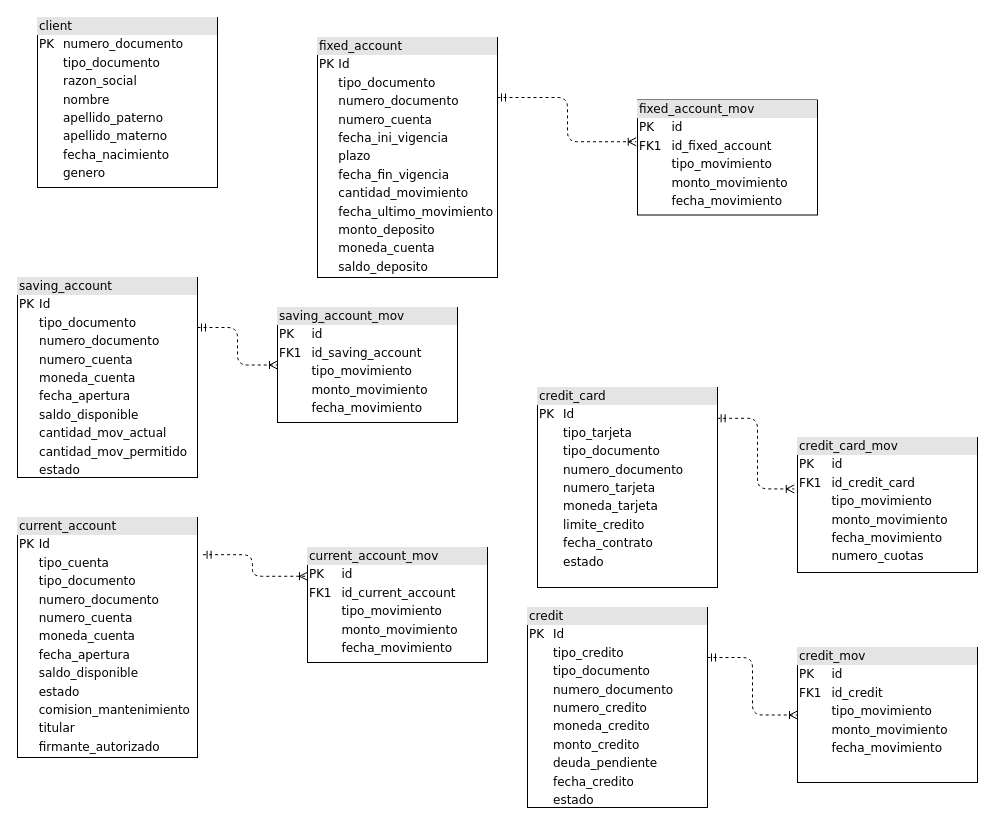
This is analisis/estructura de db.drawio from jedaniel/bootcamp_microservicio, a draw.io file, before an edit. Source tidied: cells renumbered, new cells numbered last; positions are measured from the earlier drawing's top-left corner, leaving out a move shared by most shapes. Both pictures are drawn from the tidied source at 100%, with x=0, y=0 at pixel (17, 17).
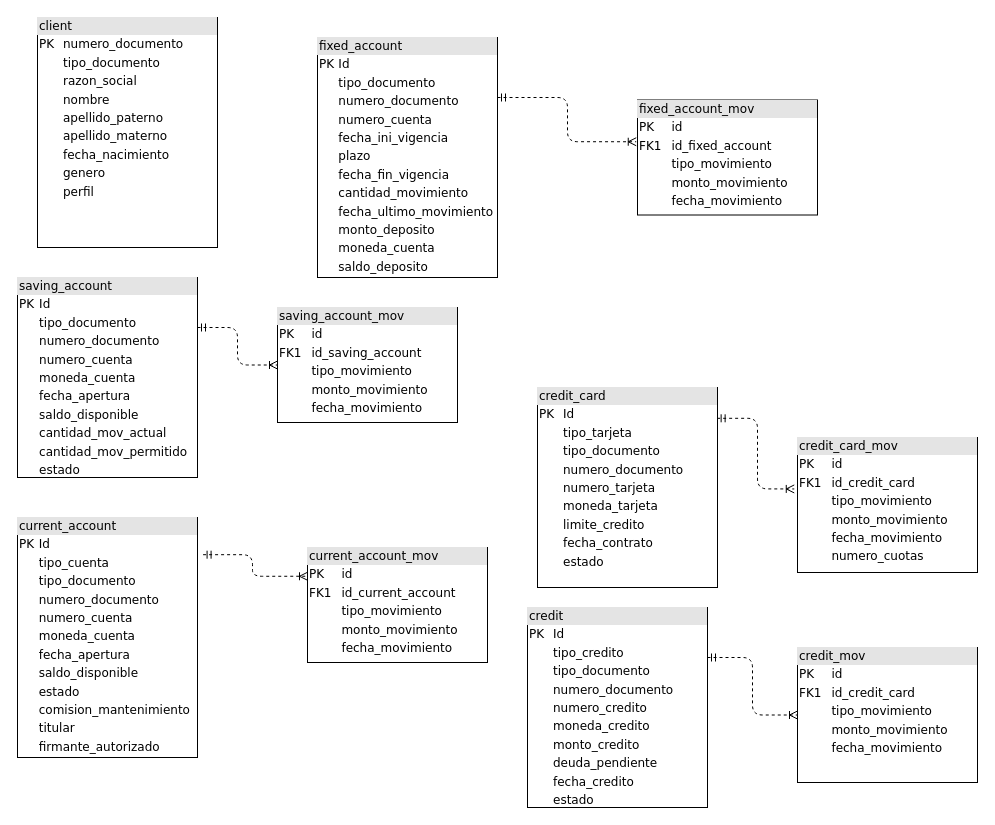
After the change.

What changed in the source:
```diff
@@
 <mxGraphModel>
   <root>
     <mxCell id="0" />
     <mxCell id="1" parent="0" />
-    <mxCell id="2" value="&lt;div style=&quot;box-sizing:border-box;width:100%;background:#e4e4e4;padding:2px;&quot;&gt;client&lt;/div&gt;&lt;table style=&quot;width:100%;font-size:1em;&quot; cellpadding=&quot;2&quot; cellspacing=&quot;0&quot;&gt;&lt;tbody&gt;&lt;tr&gt;&lt;td&gt;PK&lt;/td&gt;&lt;td&gt;numero_documento&lt;/td&gt;&lt;/tr&gt;&lt;tr&gt;&lt;td&gt;&lt;br&gt;&lt;/td&gt;&lt;td&gt;tipo_documento&lt;br&gt;&lt;/td&gt;&lt;/tr&gt;&lt;tr&gt;&lt;td&gt;&lt;br&gt;&lt;/td&gt;&lt;td&gt;razon_social&lt;/td&gt;&lt;/tr&gt;&lt;tr&gt;&lt;td&gt;&lt;/td&gt;&lt;td&gt;nombre&lt;/td&gt;&lt;/tr&gt;&lt;tr&gt;&lt;td&gt;&lt;br&gt;&lt;/td&gt;&lt;td&gt;apellido_paterno&lt;/td&gt;&lt;/tr&gt;&lt;tr&gt;&lt;td&gt;&lt;br&gt;&lt;/td&gt;&lt;td&gt;apellido_materno&lt;/td&gt;&lt;/tr&gt;&lt;tr&gt;&lt;td&gt;&lt;br&gt;&lt;/td&gt;&lt;td&gt;fecha_nacimiento&lt;/td&gt;&lt;/tr&gt;&lt;tr&gt;&lt;td&gt;&lt;br&gt;&lt;/td&gt;&lt;td&gt;genero&lt;/td&gt;&lt;/tr&gt;&lt;tr&gt;&lt;td&gt;&lt;br&gt;&lt;/td&gt;&lt;td&gt;&lt;br&gt;&lt;/td&gt;&lt;/tr&gt;&lt;/tbody&gt;&lt;/table&gt;" style="verticalAlign=top;align=left;overflow=fill;html=1;rounded=0;shadow=0;comic=0;labelBackgroundColor=none;strokeWidth=1;fontFamily=Verdana;fontSize=12;" parent="1" vertex="1">
-      <mxGeometry x="20" width="180" height="170" as="geometry" />
+    <mxCell id="2" value="&lt;div style=&quot;box-sizing:border-box;width:100%;background:#e4e4e4;padding:2px;&quot;&gt;client&lt;/div&gt;&lt;table style=&quot;width:100%;font-size:1em;&quot; cellpadding=&quot;2&quot; cellspacing=&quot;0&quot;&gt;&lt;tbody&gt;&lt;tr&gt;&lt;td&gt;PK&lt;/td&gt;&lt;td&gt;numero_documento&lt;/td&gt;&lt;/tr&gt;&lt;tr&gt;&lt;td&gt;&lt;br&gt;&lt;/td&gt;&lt;td&gt;tipo_documento&lt;br&gt;&lt;/td&gt;&lt;/tr&gt;&lt;tr&gt;&lt;td&gt;&lt;br&gt;&lt;/td&gt;&lt;td&gt;razon_social&lt;/td&gt;&lt;/tr&gt;&lt;tr&gt;&lt;td&gt;&lt;/td&gt;&lt;td&gt;nombre&lt;/td&gt;&lt;/tr&gt;&lt;tr&gt;&lt;td&gt;&lt;br&gt;&lt;/td&gt;&lt;td&gt;apellido_paterno&lt;/td&gt;&lt;/tr&gt;&lt;tr&gt;&lt;td&gt;&lt;br&gt;&lt;/td&gt;&lt;td&gt;apellido_materno&lt;/td&gt;&lt;/tr&gt;&lt;tr&gt;&lt;td&gt;&lt;br&gt;&lt;/td&gt;&lt;td&gt;fecha_nacimiento&lt;/td&gt;&lt;/tr&gt;&lt;tr&gt;&lt;td&gt;&lt;br&gt;&lt;/td&gt;&lt;td&gt;genero&lt;/td&gt;&lt;/tr&gt;&lt;tr&gt;&lt;td&gt;&lt;br&gt;&lt;/td&gt;&lt;td&gt;perfil&lt;/td&gt;&lt;/tr&gt;&lt;tr&gt;&lt;td&gt;&lt;br&gt;&lt;/td&gt;&lt;td&gt;&lt;br&gt;&lt;/td&gt;&lt;/tr&gt;&lt;/tbody&gt;&lt;/table&gt;" style="verticalAlign=top;align=left;overflow=fill;html=1;rounded=0;shadow=0;comic=0;labelBackgroundColor=none;strokeWidth=1;fontFamily=Verdana;fontSize=12;" parent="1" vertex="1">
+      <mxGeometry x="20" width="180" height="230" as="geometry" />
     </mxCell>
     <mxCell id="3" value="&lt;div style=&quot;box-sizing:border-box;width:100%;background:#e4e4e4;padding:2px;&quot;&gt;fixed_account&lt;/div&gt;&lt;table style=&quot;width:100%;font-size:1em;&quot; cellpadding=&quot;2&quot; cellspacing=&quot;0&quot;&gt;&lt;tbody&gt;&lt;tr&gt;&lt;td&gt;PK&lt;/td&gt;&lt;td&gt;Id&lt;/td&gt;&lt;/tr&gt;&lt;tr&gt;&lt;td&gt;&lt;br&gt;&lt;/td&gt;&lt;td&gt;tipo_documento&lt;/td&gt;&lt;/tr&gt;&lt;tr&gt;&lt;td&gt;&lt;/td&gt;&lt;td&gt;numero_documento&lt;br&gt;&lt;/td&gt;&lt;/tr&gt;&lt;tr&gt;&lt;td&gt;&lt;br&gt;&lt;/td&gt;&lt;td&gt;numero_cuenta&lt;br&gt;&lt;/td&gt;&lt;/tr&gt;&lt;tr&gt;&lt;td&gt;&lt;br&gt;&lt;/td&gt;&lt;td&gt;fecha_ini_vigencia&lt;/td&gt;&lt;/tr&gt;&lt;tr&gt;&lt;td&gt;&lt;br&gt;&lt;/td&gt;&lt;td&gt;plazo&lt;/td&gt;&lt;/tr&gt;&lt;tr&gt;&lt;td&gt;&lt;br&gt;&lt;/td&gt;&lt;td&gt;fecha_fin_vigencia&lt;/td&gt;&lt;/tr&gt;&lt;tr&gt;&lt;td&gt;&lt;br&gt;&lt;/td&gt;&lt;td&gt;cantidad_movimiento&lt;/td&gt;&lt;/tr&gt;&lt;tr&gt;&lt;td&gt;&lt;br&gt;&lt;/td&gt;&lt;td&gt;fecha_ultimo_movimiento&lt;/td&gt;&lt;/tr&gt;&lt;tr&gt;&lt;td&gt;&lt;br&gt;&lt;/td&gt;&lt;td&gt;monto_deposito&lt;/td&gt;&lt;/tr&gt;&lt;tr&gt;&lt;td&gt;&lt;br&gt;&lt;/td&gt;&lt;td&gt;moneda_cuenta&lt;/td&gt;&lt;/tr&gt;&lt;tr&gt;&lt;td&gt;&lt;br&gt;&lt;/td&gt;&lt;td&gt;saldo_deposito&lt;/td&gt;&lt;/tr&gt;&lt;/tbody&gt;&lt;/table&gt;" style="verticalAlign=top;align=left;overflow=fill;html=1;rounded=0;shadow=0;comic=0;labelBackgroundColor=none;strokeWidth=1;fontFamily=Verdana;fontSize=12;" parent="1" vertex="1">
       <mxGeometry x="300" y="20" width="180" height="240" as="geometry" />
     </mxCell>
     <mxCell id="4" value="&lt;div style=&quot;box-sizing:border-box;width:100%;background:#e4e4e4;padding:2px;&quot;&gt;fixed_account_mov&lt;/div&gt;&lt;table style=&quot;width:100%;font-size:1em;&quot; cellpadding=&quot;2&quot; cellspacing=&quot;0&quot;&gt;&lt;tbody&gt;&lt;tr&gt;&lt;td&gt;PK&lt;/td&gt;&lt;td&gt;id&lt;/td&gt;&lt;/tr&gt;&lt;tr&gt;&lt;td&gt;FK1&lt;/td&gt;&lt;td&gt;id_fixed_account&lt;/td&gt;&lt;/tr&gt;&lt;tr&gt;&lt;td&gt;&lt;/td&gt;&lt;td&gt;tipo_movimiento&lt;/td&gt;&lt;/tr&gt;&lt;tr&gt;&lt;td&gt;&lt;br&gt;&lt;/td&gt;&lt;td&gt;monto_movimiento&lt;/td&gt;&lt;/tr&gt;&lt;tr&gt;&lt;td&gt;&lt;br&gt;&lt;/td&gt;&lt;td&gt;fecha_movimiento&lt;/td&gt;&lt;/tr&gt;&lt;/tbody&gt;&lt;/table&gt;" style="verticalAlign=top;align=left;overflow=fill;html=1;rounded=0;shadow=0;comic=0;labelBackgroundColor=none;strokeWidth=1;fontFamily=Verdana;fontSize=12;" parent="1" vertex="1">
       <mxGeometry x="620" y="82.5" width="180" height="115" as="geometry" />
     </mxCell>
     <mxCell id="5" style="edgeStyle=orthogonalEdgeStyle;html=1;dashed=1;labelBackgroundColor=none;startArrow=ERmandOne;endArrow=ERoneToMany;fontFamily=Verdana;fontSize=12;align=left;exitX=1;exitY=0.25;exitDx=0;exitDy=0;entryX=-0.007;entryY=0.363;entryDx=0;entryDy=0;entryPerimeter=0;" parent="1" edge="1" source="3" target="4">
       <mxGeometry relative="1" as="geometry" />
     </mxCell>
     <mxCell id="6" value="&lt;div style=&quot;box-sizing:border-box;width:100%;background:#e4e4e4;padding:2px;&quot;&gt;saving_account&lt;/div&gt;&lt;table style=&quot;width:100%;font-size:1em;&quot; cellpadding=&quot;2&quot; cellspacing=&quot;0&quot;&gt;&lt;tbody&gt;&lt;tr&gt;&lt;td&gt;PK&lt;/td&gt;&lt;td&gt;Id&lt;/td&gt;&lt;/tr&gt;&lt;tr&gt;&lt;td&gt;&lt;br&gt;&lt;/td&gt;&lt;td&gt;tipo_documento&lt;/td&gt;&lt;/tr&gt;&lt;tr&gt;&lt;td&gt;&lt;/td&gt;&lt;td&gt;numero_documento&lt;br&gt;&lt;/td&gt;&lt;/tr&gt;&lt;tr&gt;&lt;td&gt;&lt;br&gt;&lt;/td&gt;&lt;td&gt;numero_cuenta&lt;br&gt;&lt;/td&gt;&lt;/tr&gt;&lt;tr&gt;&lt;td&gt;&lt;br&gt;&lt;/td&gt;&lt;td&gt;moneda_cuenta&lt;/td&gt;&lt;/tr&gt;&lt;tr&gt;&lt;td&gt;&lt;br&gt;&lt;/td&gt;&lt;td&gt;fecha_apertura&lt;/td&gt;&lt;/tr&gt;&lt;tr&gt;&lt;td&gt;&lt;br&gt;&lt;/td&gt;&lt;td&gt;saldo_disponible&lt;/td&gt;&lt;/tr&gt;&lt;tr&gt;&lt;td&gt;&lt;br&gt;&lt;/td&gt;&lt;td&gt;cantidad_mov_actual&lt;/td&gt;&lt;/tr&gt;&lt;tr&gt;&lt;td&gt;&lt;br&gt;&lt;/td&gt;&lt;td&gt;cantidad_mov_permitido&lt;/td&gt;&lt;/tr&gt;&lt;tr&gt;&lt;td&gt;&lt;br&gt;&lt;/td&gt;&lt;td&gt;estado&lt;/td&gt;&lt;/tr&gt;&lt;/tbody&gt;&lt;/table&gt;" style="verticalAlign=top;align=left;overflow=fill;html=1;rounded=0;shadow=0;comic=0;labelBackgroundColor=none;strokeWidth=1;fontFamily=Verdana;fontSize=12;" parent="1" vertex="1">
       <mxGeometry y="260" width="180" height="200" as="geometry" />
     </mxCell>
     <mxCell id="7" value="&lt;div style=&quot;box-sizing:border-box;width:100%;background:#e4e4e4;padding:2px;&quot;&gt;saving_account_mov&lt;/div&gt;&lt;table style=&quot;width:100%;font-size:1em;&quot; cellpadding=&quot;2&quot; cellspacing=&quot;0&quot;&gt;&lt;tbody&gt;&lt;tr&gt;&lt;td&gt;PK&lt;/td&gt;&lt;td&gt;id&lt;/td&gt;&lt;/tr&gt;&lt;tr&gt;&lt;td&gt;FK1&lt;/td&gt;&lt;td&gt;id_saving_account&lt;/td&gt;&lt;/tr&gt;&lt;tr&gt;&lt;td&gt;&lt;/td&gt;&lt;td&gt;tipo_movimiento&lt;/td&gt;&lt;/tr&gt;&lt;tr&gt;&lt;td&gt;&lt;br&gt;&lt;/td&gt;&lt;td&gt;monto_movimiento&lt;/td&gt;&lt;/tr&gt;&lt;tr&gt;&lt;td&gt;&lt;br&gt;&lt;/td&gt;&lt;td&gt;fecha_movimiento&lt;/td&gt;&lt;/tr&gt;&lt;/tbody&gt;&lt;/table&gt;" style="verticalAlign=top;align=left;overflow=fill;html=1;rounded=0;shadow=0;comic=0;labelBackgroundColor=none;strokeWidth=1;fontFamily=Verdana;fontSize=12;" parent="1" vertex="1">
       <mxGeometry x="260" y="290" width="180" height="115" as="geometry" />
     </mxCell>
     <mxCell id="8" style="edgeStyle=orthogonalEdgeStyle;html=1;dashed=1;labelBackgroundColor=none;startArrow=ERmandOne;endArrow=ERoneToMany;fontFamily=Verdana;fontSize=12;align=left;exitX=1;exitY=0.25;exitDx=0;exitDy=0;entryX=0;entryY=0.5;entryDx=0;entryDy=0;" parent="1" edge="1" source="6" target="7">
       <mxGeometry relative="1" as="geometry" />
     </mxCell>
     <mxCell id="9" value="&lt;div style=&quot;box-sizing:border-box;width:100%;background:#e4e4e4;padding:2px;&quot;&gt;current_account&lt;/div&gt;&lt;table style=&quot;width:100%;font-size:1em;&quot; cellpadding=&quot;2&quot; cellspacing=&quot;0&quot;&gt;&lt;tbody&gt;&lt;tr&gt;&lt;td&gt;PK&lt;/td&gt;&lt;td&gt;Id&lt;/td&gt;&lt;/tr&gt;&lt;tr&gt;&lt;td&gt;&lt;br&gt;&lt;/td&gt;&lt;td&gt;tipo_cuenta&lt;/td&gt;&lt;/tr&gt;&lt;tr&gt;&lt;td&gt;&lt;br&gt;&lt;/td&gt;&lt;td&gt;tipo_documento&lt;/td&gt;&lt;/tr&gt;&lt;tr&gt;&lt;td&gt;&lt;/td&gt;&lt;td&gt;numero_documento&lt;br&gt;&lt;/td&gt;&lt;/tr&gt;&lt;tr&gt;&lt;td&gt;&lt;br&gt;&lt;/td&gt;&lt;td&gt;numero_cuenta&lt;br&gt;&lt;/td&gt;&lt;/tr&gt;&lt;tr&gt;&lt;td&gt;&lt;br&gt;&lt;/td&gt;&lt;td&gt;moneda_cuenta&lt;/td&gt;&lt;/tr&gt;&lt;tr&gt;&lt;td&gt;&lt;br&gt;&lt;/td&gt;&lt;td&gt;fecha_apertura&lt;/td&gt;&lt;/tr&gt;&lt;tr&gt;&lt;td&gt;&lt;br&gt;&lt;/td&gt;&lt;td&gt;saldo_disponible&lt;/td&gt;&lt;/tr&gt;&lt;tr&gt;&lt;td&gt;&lt;br&gt;&lt;/td&gt;&lt;td&gt;estado&lt;/td&gt;&lt;/tr&gt;&lt;tr&gt;&lt;td&gt;&lt;br&gt;&lt;/td&gt;&lt;td&gt;comision_mantenimiento&lt;/td&gt;&lt;/tr&gt;&lt;tr&gt;&lt;td&gt;&lt;br&gt;&lt;/td&gt;&lt;td&gt;titular&lt;/td&gt;&lt;/tr&gt;&lt;tr&gt;&lt;td&gt;&lt;br&gt;&lt;/td&gt;&lt;td&gt;firmante_autorizado&lt;/td&gt;&lt;/tr&gt;&lt;/tbody&gt;&lt;/table&gt;" style="verticalAlign=top;align=left;overflow=fill;html=1;rounded=0;shadow=0;comic=0;labelBackgroundColor=none;strokeWidth=1;fontFamily=Verdana;fontSize=12;" parent="1" vertex="1">
       <mxGeometry y="500" width="180" height="240" as="geometry" />
     </mxCell>
     <mxCell id="10" value="&lt;div style=&quot;box-sizing:border-box;width:100%;background:#e4e4e4;padding:2px;&quot;&gt;current_account_mov&lt;/div&gt;&lt;table style=&quot;width:100%;font-size:1em;&quot; cellpadding=&quot;2&quot; cellspacing=&quot;0&quot;&gt;&lt;tbody&gt;&lt;tr&gt;&lt;td&gt;PK&lt;/td&gt;&lt;td&gt;id&lt;/td&gt;&lt;/tr&gt;&lt;tr&gt;&lt;td&gt;FK1&lt;/td&gt;&lt;td&gt;id_current_account&lt;/td&gt;&lt;/tr&gt;&lt;tr&gt;&lt;td&gt;&lt;/td&gt;&lt;td&gt;tipo_movimiento&lt;/td&gt;&lt;/tr&gt;&lt;tr&gt;&lt;td&gt;&lt;br&gt;&lt;/td&gt;&lt;td&gt;monto_movimiento&lt;/td&gt;&lt;/tr&gt;&lt;tr&gt;&lt;td&gt;&lt;br&gt;&lt;/td&gt;&lt;td&gt;fecha_movimiento&lt;/td&gt;&lt;/tr&gt;&lt;/tbody&gt;&lt;/table&gt;" style="verticalAlign=top;align=left;overflow=fill;html=1;rounded=0;shadow=0;comic=0;labelBackgroundColor=none;strokeWidth=1;fontFamily=Verdana;fontSize=12;" parent="1" vertex="1">
       <mxGeometry x="290" y="530" width="180" height="115" as="geometry" />
     </mxCell>
     <mxCell id="11" style="edgeStyle=orthogonalEdgeStyle;html=1;dashed=1;labelBackgroundColor=none;startArrow=ERmandOne;endArrow=ERoneToMany;fontFamily=Verdana;fontSize=12;align=left;exitX=1.031;exitY=0.155;exitDx=0;exitDy=0;entryX=0;entryY=0.25;entryDx=0;entryDy=0;exitPerimeter=0;" parent="1" edge="1" source="9" target="10">
       <mxGeometry relative="1" as="geometry" />
     </mxCell>
     <mxCell id="12" value="&lt;div style=&quot;box-sizing:border-box;width:100%;background:#e4e4e4;padding:2px;&quot;&gt;credit_card&lt;/div&gt;&lt;table style=&quot;width:100%;font-size:1em;&quot; cellpadding=&quot;2&quot; cellspacing=&quot;0&quot;&gt;&lt;tbody&gt;&lt;tr&gt;&lt;td&gt;PK&lt;/td&gt;&lt;td&gt;Id&lt;/td&gt;&lt;/tr&gt;&lt;tr&gt;&lt;td&gt;&lt;br&gt;&lt;/td&gt;&lt;td&gt;tipo_tarjeta&lt;/td&gt;&lt;/tr&gt;&lt;tr&gt;&lt;td&gt;&lt;br&gt;&lt;/td&gt;&lt;td&gt;tipo_documento&lt;/td&gt;&lt;/tr&gt;&lt;tr&gt;&lt;td&gt;&lt;/td&gt;&lt;td&gt;numero_documento&lt;br&gt;&lt;/td&gt;&lt;/tr&gt;&lt;tr&gt;&lt;td&gt;&lt;br&gt;&lt;/td&gt;&lt;td&gt;numero_tarjeta&lt;/td&gt;&lt;/tr&gt;&lt;tr&gt;&lt;td&gt;&lt;br&gt;&lt;/td&gt;&lt;td&gt;moneda_tarjeta&lt;/td&gt;&lt;/tr&gt;&lt;tr&gt;&lt;td&gt;&lt;br&gt;&lt;/td&gt;&lt;td&gt;limite_credito&lt;/td&gt;&lt;/tr&gt;&lt;tr&gt;&lt;td&gt;&lt;br&gt;&lt;/td&gt;&lt;td&gt;fecha_contrato&lt;/td&gt;&lt;/tr&gt;&lt;tr&gt;&lt;td&gt;&lt;br&gt;&lt;/td&gt;&lt;td&gt;estado&lt;/td&gt;&lt;/tr&gt;&lt;/tbody&gt;&lt;/table&gt;" style="verticalAlign=top;align=left;overflow=fill;html=1;rounded=0;shadow=0;comic=0;labelBackgroundColor=none;strokeWidth=1;fontFamily=Verdana;fontSize=12;" parent="1" vertex="1">
       <mxGeometry x="520" y="370" width="180" height="200" as="geometry" />
     </mxCell>
     <mxCell id="13" value="&lt;div style=&quot;box-sizing:border-box;width:100%;background:#e4e4e4;padding:2px;&quot;&gt;credit_card_mov&lt;/div&gt;&lt;table style=&quot;width:100%;font-size:1em;&quot; cellpadding=&quot;2&quot; cellspacing=&quot;0&quot;&gt;&lt;tbody&gt;&lt;tr&gt;&lt;td&gt;PK&lt;/td&gt;&lt;td&gt;id&lt;/td&gt;&lt;/tr&gt;&lt;tr&gt;&lt;td&gt;FK1&lt;/td&gt;&lt;td&gt;id_credit_card&lt;/td&gt;&lt;/tr&gt;&lt;tr&gt;&lt;td&gt;&lt;/td&gt;&lt;td&gt;tipo_movimiento&lt;/td&gt;&lt;/tr&gt;&lt;tr&gt;&lt;td&gt;&lt;br&gt;&lt;/td&gt;&lt;td&gt;monto_movimiento&lt;/td&gt;&lt;/tr&gt;&lt;tr&gt;&lt;td&gt;&lt;br&gt;&lt;/td&gt;&lt;td&gt;fecha_movimiento&lt;br&gt;&lt;/td&gt;&lt;/tr&gt;&lt;tr&gt;&lt;td&gt;&lt;br&gt;&lt;/td&gt;&lt;td&gt;numero_cuotas&lt;/td&gt;&lt;/tr&gt;&lt;tr&gt;&lt;td&gt;&lt;br&gt;&lt;/td&gt;&lt;td&gt;&lt;br&gt;&lt;/td&gt;&lt;/tr&gt;&lt;/tbody&gt;&lt;/table&gt;" style="verticalAlign=top;align=left;overflow=fill;html=1;rounded=0;shadow=0;comic=0;labelBackgroundColor=none;strokeWidth=1;fontFamily=Verdana;fontSize=12;" parent="1" vertex="1">
       <mxGeometry x="780" y="420" width="180" height="135" as="geometry" />
     </mxCell>
     <mxCell id="14" style="edgeStyle=orthogonalEdgeStyle;html=1;dashed=1;labelBackgroundColor=none;startArrow=ERmandOne;endArrow=ERoneToMany;fontFamily=Verdana;fontSize=12;align=left;exitX=0.998;exitY=0.154;exitDx=0;exitDy=0;exitPerimeter=0;entryX=-0.018;entryY=0.381;entryDx=0;entryDy=0;entryPerimeter=0;" parent="1" edge="1" source="12" target="13">
       <mxGeometry relative="1" as="geometry" />
     </mxCell>
     <mxCell id="15" value="&lt;div style=&quot;box-sizing:border-box;width:100%;background:#e4e4e4;padding:2px;&quot;&gt;credit&lt;/div&gt;&lt;table style=&quot;width:100%;font-size:1em;&quot; cellpadding=&quot;2&quot; cellspacing=&quot;0&quot;&gt;&lt;tbody&gt;&lt;tr&gt;&lt;td&gt;PK&lt;/td&gt;&lt;td&gt;Id&lt;/td&gt;&lt;/tr&gt;&lt;tr&gt;&lt;td&gt;&lt;br&gt;&lt;/td&gt;&lt;td&gt;tipo_credito&lt;/td&gt;&lt;/tr&gt;&lt;tr&gt;&lt;td&gt;&lt;br&gt;&lt;/td&gt;&lt;td&gt;tipo_documento&lt;/td&gt;&lt;/tr&gt;&lt;tr&gt;&lt;td&gt;&lt;/td&gt;&lt;td&gt;numero_documento&lt;br&gt;&lt;/td&gt;&lt;/tr&gt;&lt;tr&gt;&lt;td&gt;&lt;br&gt;&lt;/td&gt;&lt;td&gt;numero_credito&lt;/td&gt;&lt;/tr&gt;&lt;tr&gt;&lt;td&gt;&lt;br&gt;&lt;/td&gt;&lt;td&gt;moneda_credito&lt;/td&gt;&lt;/tr&gt;&lt;tr&gt;&lt;td&gt;&lt;br&gt;&lt;/td&gt;&lt;td&gt;monto_credito&lt;/td&gt;&lt;/tr&gt;&lt;tr&gt;&lt;td&gt;&lt;br&gt;&lt;/td&gt;&lt;td&gt;deuda_pendiente&lt;/td&gt;&lt;/tr&gt;&lt;tr&gt;&lt;td&gt;&lt;br&gt;&lt;/td&gt;&lt;td&gt;fecha_credito&lt;/td&gt;&lt;/tr&gt;&lt;tr&gt;&lt;td&gt;&lt;br&gt;&lt;/td&gt;&lt;td&gt;estado&lt;/td&gt;&lt;/tr&gt;&lt;/tbody&gt;&lt;/table&gt;" style="verticalAlign=top;align=left;overflow=fill;html=1;rounded=0;shadow=0;comic=0;labelBackgroundColor=none;strokeWidth=1;fontFamily=Verdana;fontSize=12;" parent="1" vertex="1">
       <mxGeometry x="510" y="590" width="180" height="200" as="geometry" />
     </mxCell>
-    <mxCell id="16" value="&lt;div style=&quot;box-sizing:border-box;width:100%;background:#e4e4e4;padding:2px;&quot;&gt;credit_mov&lt;/div&gt;&lt;table style=&quot;width:100%;font-size:1em;&quot; cellpadding=&quot;2&quot; cellspacing=&quot;0&quot;&gt;&lt;tbody&gt;&lt;tr&gt;&lt;td&gt;PK&lt;/td&gt;&lt;td&gt;id&lt;/td&gt;&lt;/tr&gt;&lt;tr&gt;&lt;td&gt;FK1&lt;/td&gt;&lt;td&gt;id_credit&lt;/td&gt;&lt;/tr&gt;&lt;tr&gt;&lt;td&gt;&lt;/td&gt;&lt;td&gt;tipo_movimiento&lt;/td&gt;&lt;/tr&gt;&lt;tr&gt;&lt;td&gt;&lt;br&gt;&lt;/td&gt;&lt;td&gt;monto_movimiento&lt;/td&gt;&lt;/tr&gt;&lt;tr&gt;&lt;td&gt;&lt;br&gt;&lt;/td&gt;&lt;td&gt;fecha_movimiento&lt;br&gt;&lt;/td&gt;&lt;/tr&gt;&lt;tr&gt;&lt;td&gt;&lt;br&gt;&lt;/td&gt;&lt;td&gt;&lt;br&gt;&lt;/td&gt;&lt;/tr&gt;&lt;/tbody&gt;&lt;/table&gt;" style="verticalAlign=top;align=left;overflow=fill;html=1;rounded=0;shadow=0;comic=0;labelBackgroundColor=none;strokeWidth=1;fontFamily=Verdana;fontSize=12;" parent="1" vertex="1">
+    <mxCell id="16" value="&lt;div style=&quot;box-sizing:border-box;width:100%;background:#e4e4e4;padding:2px;&quot;&gt;credit_mov&lt;/div&gt;&lt;table style=&quot;width:100%;font-size:1em;&quot; cellpadding=&quot;2&quot; cellspacing=&quot;0&quot;&gt;&lt;tbody&gt;&lt;tr&gt;&lt;td&gt;PK&lt;/td&gt;&lt;td&gt;id&lt;/td&gt;&lt;/tr&gt;&lt;tr&gt;&lt;td&gt;FK1&lt;/td&gt;&lt;td&gt;id_credit_card&lt;/td&gt;&lt;/tr&gt;&lt;tr&gt;&lt;td&gt;&lt;/td&gt;&lt;td&gt;tipo_movimiento&lt;/td&gt;&lt;/tr&gt;&lt;tr&gt;&lt;td&gt;&lt;br&gt;&lt;/td&gt;&lt;td&gt;monto_movimiento&lt;/td&gt;&lt;/tr&gt;&lt;tr&gt;&lt;td&gt;&lt;br&gt;&lt;/td&gt;&lt;td&gt;fecha_movimiento&lt;br&gt;&lt;/td&gt;&lt;/tr&gt;&lt;tr&gt;&lt;td&gt;&lt;br&gt;&lt;/td&gt;&lt;td&gt;&lt;br&gt;&lt;/td&gt;&lt;/tr&gt;&lt;/tbody&gt;&lt;/table&gt;" style="verticalAlign=top;align=left;overflow=fill;html=1;rounded=0;shadow=0;comic=0;labelBackgroundColor=none;strokeWidth=1;fontFamily=Verdana;fontSize=12;" parent="1" vertex="1">
       <mxGeometry x="780" y="630" width="180" height="135" as="geometry" />
     </mxCell>
     <mxCell id="17" style="edgeStyle=orthogonalEdgeStyle;html=1;dashed=1;labelBackgroundColor=none;startArrow=ERmandOne;endArrow=ERoneToMany;fontFamily=Verdana;fontSize=12;align=left;exitX=1;exitY=0.25;exitDx=0;exitDy=0;entryX=0;entryY=0.5;entryDx=0;entryDy=0;" parent="1" edge="1" source="15" target="16">
       <mxGeometry relative="1" as="geometry" />
     </mxCell>
   </root>
 </mxGraphModel>
```
